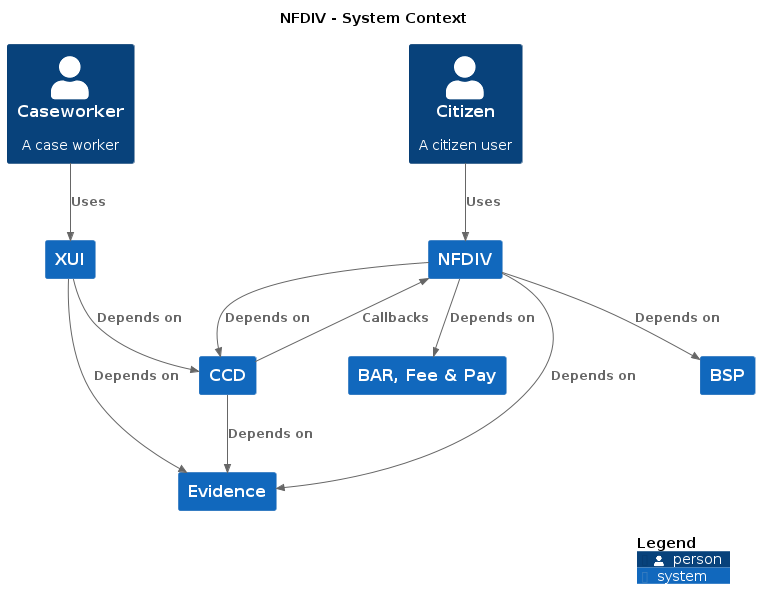
Earlier version of the PlantUML export docs/c4/nfdiv/images/structurizr-nfdiv-context.png (hmcts/cnp-api-docs).
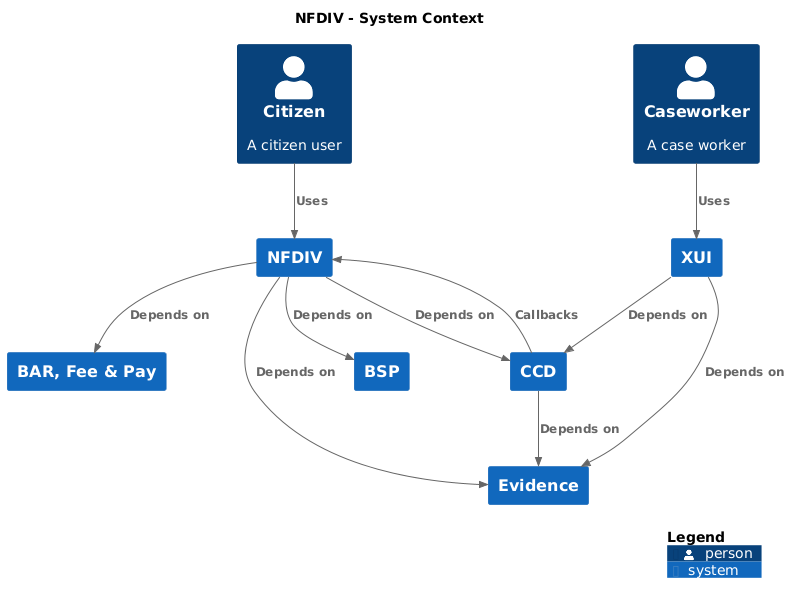
After the commit.

What changed in the source:
```diff
@@ -16,16 +16,16 @@
 Person(Citizen, "Citizen", $descr="A citizen user", $tags="", $link="")
 Person(Caseworker, "Caseworker", $descr="A case worker", $tags="", $link="")
 
-Rel_D(CCD, Evidence, "Depends on", $techn="", $tags="", $link="")
-Rel_D(XUI, Evidence, "Depends on", $techn="", $tags="", $link="")
-Rel_D(XUI, CCD, "Depends on", $techn="", $tags="", $link="")
-Rel_D(NFDIV, CCD, "Depends on", $techn="", $tags="", $link="")
-Rel_D(NFDIV, BARFeePay, "Depends on", $techn="", $tags="", $link="")
-Rel_D(NFDIV, Evidence, "Depends on", $techn="", $tags="", $link="")
-Rel_D(NFDIV, BSP, "Depends on", $techn="", $tags="", $link="")
-Rel_D(Caseworker, XUI, "Uses", $techn="", $tags="", $link="")
-Rel_D(Citizen, NFDIV, "Uses", $techn="", $tags="", $link="")
-Rel_D(CCD, NFDIV, "Callbacks", $techn="", $tags="", $link="")
+Rel(CCD, Evidence, "Depends on", $techn="", $tags="", $link="")
+Rel(XUI, Evidence, "Depends on", $techn="", $tags="", $link="")
+Rel(XUI, CCD, "Depends on", $techn="", $tags="", $link="")
+Rel(NFDIV, CCD, "Depends on", $techn="", $tags="", $link="")
+Rel(NFDIV, BARFeePay, "Depends on", $techn="", $tags="", $link="")
+Rel(NFDIV, Evidence, "Depends on", $techn="", $tags="", $link="")
+Rel(NFDIV, BSP, "Depends on", $techn="", $tags="", $link="")
+Rel(Caseworker, XUI, "Uses", $techn="", $tags="", $link="")
+Rel(Citizen, NFDIV, "Uses", $techn="", $tags="", $link="")
+Rel(CCD, NFDIV, "Callbacks", $techn="", $tags="", $link="")
 
 SHOW_DYNAMIC_LEGEND()
 @enduml
```
